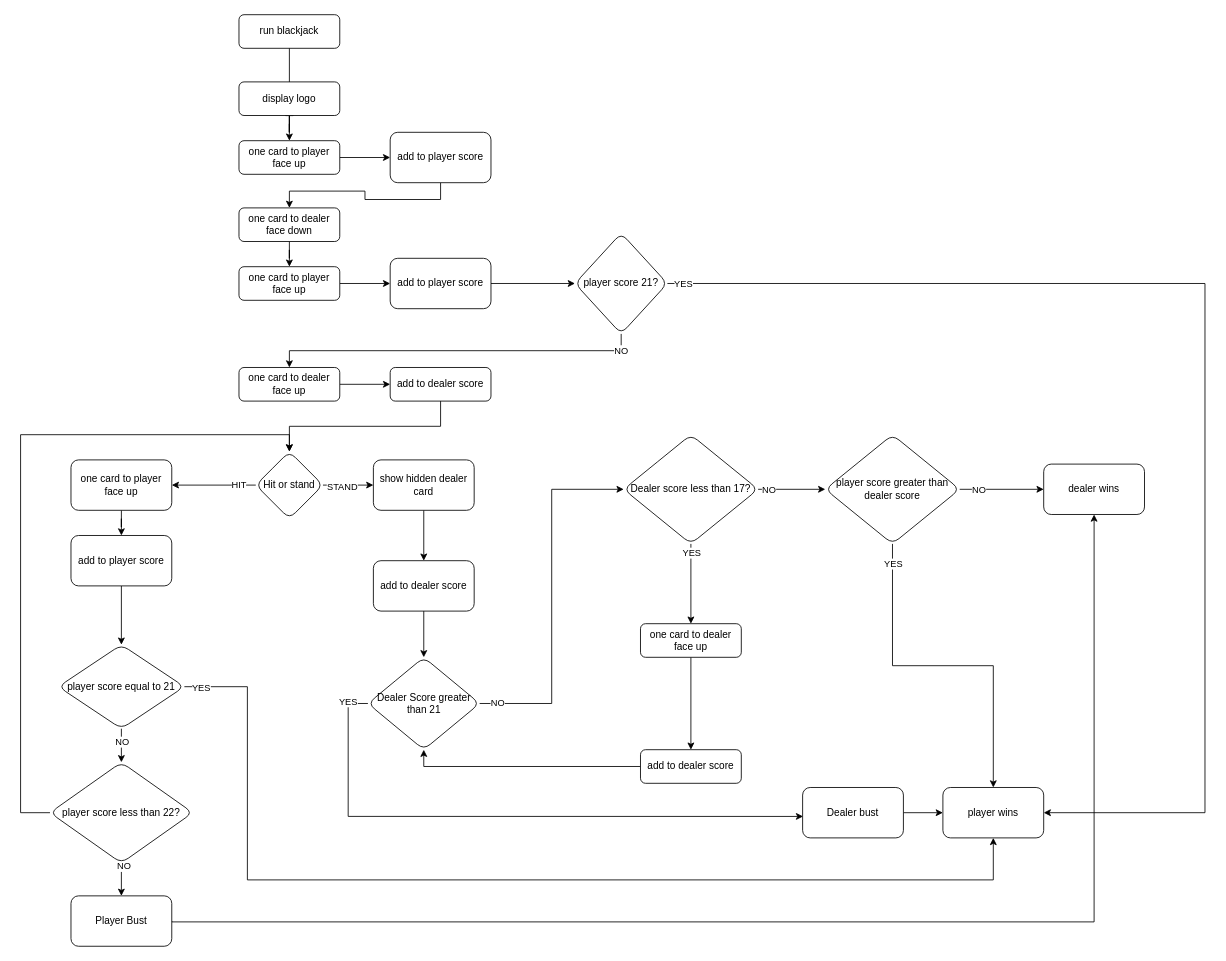
Before: drawings/blackjack.drawio in funkimunky/blackjack, a draw.io diagram. Source tidied: cells renumbered, new cells numbered last; positions are measured from the earlier drawing's top-left corner, leaving out a move shared by most shapes. Both pictures are drawn from the tidied source at 84%, with x=0, y=0 at pixel (20, 14).
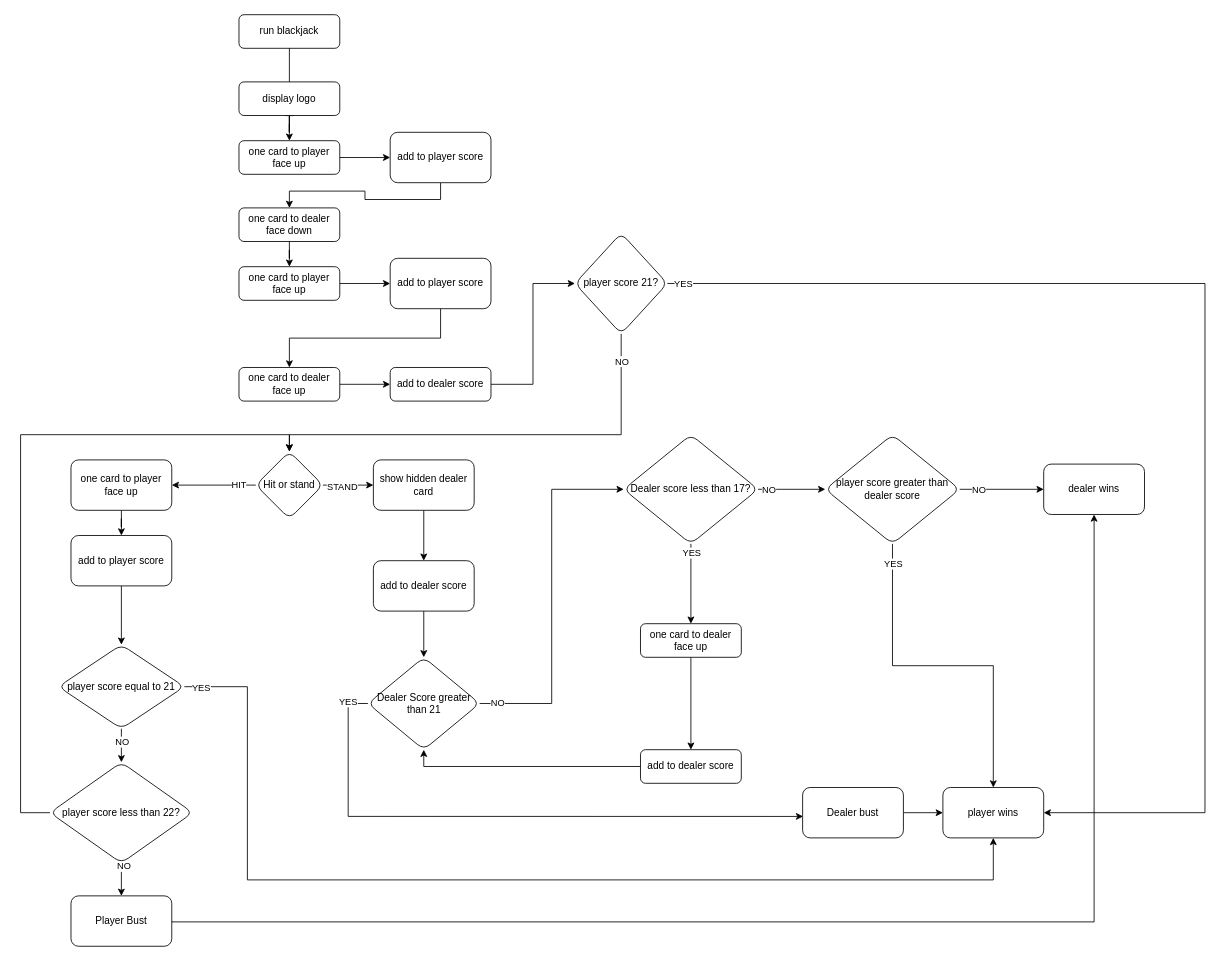
The same page after the edit.

Unchanged cells that the change refers to:
```xml
<mxCell id="12" value="one card to dealer&lt;br&gt;face up" style="rounded=1;whiteSpace=wrap;html=1;fontSize=12;glass=0;strokeWidth=1;shadow=0;" parent="1" vertex="1">
  <mxGeometry x="260" y="420" width="120" height="40" as="geometry" />
</mxCell>
<mxCell id="18" value="add to player score" style="whiteSpace=wrap;html=1;rounded=1;glass=0;strokeWidth=1;shadow=0;" parent="1" vertex="1">
  <mxGeometry x="440" y="290" width="120" height="60" as="geometry" />
</mxCell>
<mxCell id="20" value="add to dealer score" style="rounded=1;whiteSpace=wrap;html=1;fontSize=12;glass=0;strokeWidth=1;shadow=0;" parent="1" vertex="1">
  <mxGeometry x="440" y="420" width="120" height="40" as="geometry" />
</mxCell>
<mxCell id="24" value="Hit or stand" style="rhombus;whiteSpace=wrap;html=1;rounded=1;glass=0;strokeWidth=1;shadow=0;" parent="1" vertex="1">
  <mxGeometry x="280" y="520" width="80" height="80" as="geometry" />
</mxCell>
<mxCell id="32" value="player score 21?" style="rhombus;whiteSpace=wrap;html=1;rounded=1;glass=0;strokeWidth=1;shadow=0;" parent="1" vertex="1">
  <mxGeometry x="660" y="260" width="110" height="120" as="geometry" />
</mxCell>
```

The edit, as a diff of the source:
```diff
@@
-    <mxCell id="17" style="edgeStyle=orthogonalEdgeStyle;rounded=0;jettySize=auto;html=1;shadow=0;endArrow=classic;endFill=1;" parent="1" edge="1" source="18" target="32">
-      <mxGeometry relative="1" as="geometry" />
-    </mxCell>
+    <mxCell id="71" style="edgeStyle=orthogonalEdgeStyle;rounded=0;jettySize=auto;html=1;exitX=0.5;exitY=1;exitDx=0;exitDy=0;" parent="1" edge="1" source="18" target="12">
+      <mxGeometry relative="1" as="geometry" />
+    </mxCell>
@@
-    <mxCell id="19" style="edgeStyle=orthogonalEdgeStyle;rounded=0;jumpStyle=arc;jumpSize=6;jettySize=auto;html=1;exitX=0.5;exitY=1;exitDx=0;exitDy=0;entryX=0.5;entryY=0;entryDx=0;entryDy=0;" parent="1" edge="1" source="20" target="24">
-      <mxGeometry relative="1" as="geometry" />
-    </mxCell>
+    <mxCell id="72" style="edgeStyle=orthogonalEdgeStyle;rounded=0;jettySize=auto;html=1;exitX=1;exitY=0.5;exitDx=0;exitDy=0;entryX=0;entryY=0.5;entryDx=0;entryDy=0;" parent="1" edge="1" source="20" target="32">
+      <mxGeometry relative="1" as="geometry" />
+    </mxCell>
@@
-    <mxCell id="29" value="NO" style="edgeStyle=orthogonalEdgeStyle;rounded=0;jettySize=auto;html=1;exitX=0.5;exitY=1;exitDx=0;exitDy=0;entryX=0.5;entryY=0;entryDx=0;entryDy=0;shadow=0;endArrow=classic;endFill=1;" parent="1" edge="1" source="32" target="12">
-      <mxGeometry x="-0.91" relative="1" as="geometry">
-        <Array as="points">
-          <mxPoint x="320" y="400" />
-        </Array>
-      </mxGeometry>
-    </mxCell>
@@
+    <mxCell id="73" style="edgeStyle=orthogonalEdgeStyle;rounded=0;jettySize=auto;html=1;exitX=0.5;exitY=1;exitDx=0;exitDy=0;entryX=0.5;entryY=0;entryDx=0;entryDy=0;" parent="1" edge="1" source="32" target="24">
+      <mxGeometry relative="1" as="geometry">
+        <Array as="points">
+          <mxPoint x="715" y="500" />
+          <mxPoint x="320" y="500" />
+        </Array>
+      </mxGeometry>
+    </mxCell>
+    <mxCell id="29" value="NO" style="edgeLabel;html=1;align=center;verticalAlign=middle;" parent="73" vertex="1">
+      <mxGeometry x="-0.88" relative="1" as="geometry" />
+    </mxCell>
```
